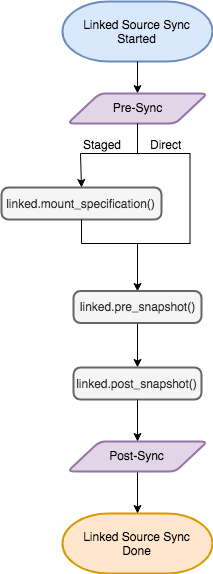
Earlier version of the draw.io export docs/References/images/LinkedSourceSync.png (delphix/virtualization-sdk). Source tidied: cells renumbered, new cells last; positions are measured from the earlier drawing's top-left corner, leaving out a move shared by most shapes. Its diagram source:
```xml
<mxGraphModel>
  <root>
    <mxCell id="0" />
    <mxCell id="1" parent="0" />
    <mxCell id="2" value="&lt;span&gt;Linked Source Sync&lt;br&gt;Started&lt;br&gt;&lt;/span&gt;" style="strokeWidth=2;html=1;shape=mxgraph.flowchart.terminator;whiteSpace=wrap;fillColor=#dae8fc;strokeColor=#6c8ebf;" parent="1" vertex="1">
      <mxGeometry x="61" width="150" height="60" as="geometry" />
    </mxCell>
    <mxCell id="3" value="Linked Source Sync&lt;br&gt;&lt;span&gt;Done&lt;br&gt;&lt;/span&gt;" style="strokeWidth=2;html=1;shape=mxgraph.flowchart.terminator;whiteSpace=wrap;fillColor=#ffe6cc;strokeColor=#d79b00;" parent="1" vertex="1">
      <mxGeometry x="61" y="512" width="150" height="60" as="geometry" />
    </mxCell>
    <mxCell id="4" style="endArrow=classic;html=1;entryX=0.5;entryY=0;entryDx=0;entryDy=0;entryPerimeter=0;exitX=0.5;exitY=1;exitDx=0;exitDy=0;" parent="1" edge="1" source="7" target="3">
      <mxGeometry relative="1" as="geometry" />
    </mxCell>
    <mxCell id="5" style="endArrow=classic;html=1;exitX=0.5;exitY=1;exitDx=0;exitDy=0;entryX=0.5;entryY=0;entryDx=0;entryDy=0;" parent="1" edge="1" source="14" target="12">
      <mxGeometry relative="1" as="geometry" />
    </mxCell>
    <mxCell id="6" style="endArrow=classic;html=1;entryX=0.5;entryY=0;entryDx=0;entryDy=0;exitX=0.5;exitY=1;exitDx=0;exitDy=0;exitPerimeter=0;" parent="1" edge="1" source="2" target="10">
      <mxGeometry relative="1" as="geometry" />
    </mxCell>
    <mxCell id="7" value="Post-Sync" style="verticalAlign=center;html=1;strokeWidth=2;shape=parallelogram;perimeter=parallelogramPerimeter;whiteSpace=wrap;rounded=1;arcSize=12;size=0.23;comic=0;fillColor=#e1d5e7;strokeColor=#9673a6;" parent="1" vertex="1">
      <mxGeometry x="66" y="440" width="140" height="30" as="geometry" />
    </mxCell>
    <mxCell id="8" value="linked.mount_specification()" style="rounded=1;whiteSpace=wrap;html=1;absoluteArcSize=1;arcSize=14;strokeWidth=2;fillColor=#f5f5f5;strokeColor=#666666;fontColor=#333333;" parent="1" vertex="1">
      <mxGeometry y="186" width="160" height="32" as="geometry" />
    </mxCell>
    <mxCell id="9" style="endArrow=classic;html=1;entryX=0.5;entryY=0;entryDx=0;entryDy=0;" parent="1" edge="1" target="14">
      <mxGeometry relative="1" as="geometry">
        <mxPoint x="136" y="242" as="sourcePoint" />
      </mxGeometry>
    </mxCell>
    <mxCell id="10" value="Pre-Sync" style="verticalAlign=center;html=1;strokeWidth=2;shape=parallelogram;perimeter=parallelogramPerimeter;whiteSpace=wrap;rounded=1;arcSize=12;size=0.23;comic=0;fillColor=#e1d5e7;strokeColor=#9673a6;" parent="1" vertex="1">
      <mxGeometry x="66" y="92" width="140" height="30" as="geometry" />
    </mxCell>
    <mxCell id="11" style="endArrow=classic;html=1;entryX=0.5;entryY=0;entryDx=0;entryDy=0;" parent="1" edge="1" target="8">
      <mxGeometry relative="1" as="geometry">
        <mxPoint x="79" y="152" as="sourcePoint" />
      </mxGeometry>
    </mxCell>
    <mxCell id="12" value="linked.post_snapshot()" style="rounded=1;whiteSpace=wrap;html=1;absoluteArcSize=1;arcSize=14;strokeWidth=2;fillColor=#f5f5f5;strokeColor=#666666;fontColor=#333333;" parent="1" vertex="1">
      <mxGeometry x="72" y="366" width="128" height="32" as="geometry" />
    </mxCell>
    <mxCell id="13" style="endArrow=classic;html=1;exitX=0.5;exitY=1;exitDx=0;exitDy=0;" parent="1" edge="1" source="12" target="7">
      <mxGeometry relative="1" as="geometry" />
    </mxCell>
    <mxCell id="14" value="linked.pre_snapshot()" style="rounded=1;whiteSpace=wrap;html=1;absoluteArcSize=1;arcSize=14;strokeWidth=2;fillColor=#f5f5f5;strokeColor=#666666;fontColor=#333333;" parent="1" vertex="1">
      <mxGeometry x="72" y="289.5" width="128" height="32" as="geometry" />
    </mxCell>
    <mxCell id="15" style="endArrow=none;html=1;strokeWidth=1;entryX=0.5;entryY=1;entryDx=0;entryDy=0;" parent="1" edge="1" target="10">
      <mxGeometry relative="1" as="geometry">
        <mxPoint x="136" y="152" as="sourcePoint" />
      </mxGeometry>
    </mxCell>
    <mxCell id="16" style="endArrow=none;html=1;strokeWidth=1;" parent="1" edge="1">
      <mxGeometry relative="1" as="geometry">
        <mxPoint x="79" y="152" as="sourcePoint" />
        <mxPoint x="136" y="152" as="targetPoint" />
      </mxGeometry>
    </mxCell>
    <mxCell id="17" style="endArrow=none;html=1;strokeWidth=1;entryX=0.5;entryY=1;entryDx=0;entryDy=0;" parent="1" edge="1" target="8">
      <mxGeometry relative="1" as="geometry">
        <mxPoint x="80" y="242" as="sourcePoint" />
      </mxGeometry>
    </mxCell>
    <mxCell id="18" style="endArrow=none;html=1;strokeWidth=1;" parent="1" edge="1">
      <mxGeometry relative="1" as="geometry">
        <mxPoint x="189" y="242" as="sourcePoint" />
        <mxPoint x="80" y="242" as="targetPoint" />
      </mxGeometry>
    </mxCell>
    <mxCell id="19" style="endArrow=none;html=1;strokeWidth=1;" parent="1" edge="1">
      <mxGeometry relative="1" as="geometry">
        <mxPoint x="136" y="152" as="sourcePoint" />
        <mxPoint x="189" y="152" as="targetPoint" />
      </mxGeometry>
    </mxCell>
    <mxCell id="20" style="endArrow=none;html=1;strokeWidth=1;" parent="1" edge="1">
      <mxGeometry relative="1" as="geometry">
        <mxPoint x="188.5" y="242" as="sourcePoint" />
        <mxPoint x="188.5" y="152" as="targetPoint" />
      </mxGeometry>
    </mxCell>
    <mxCell id="21" value="Staged" style="text;html=1;align=left;verticalAlign=top;spacingTop=-4;" parent="1" vertex="1">
      <mxGeometry x="80" y="134" width="50" height="20" as="geometry" />
    </mxCell>
    <mxCell id="22" value="Direct" style="text;html=1;points=[];align=left;verticalAlign=top;spacingTop=-4;" parent="1" vertex="1">
      <mxGeometry x="147" y="134" width="50" height="20" as="geometry" />
    </mxCell>
  </root>
</mxGraphModel>
```
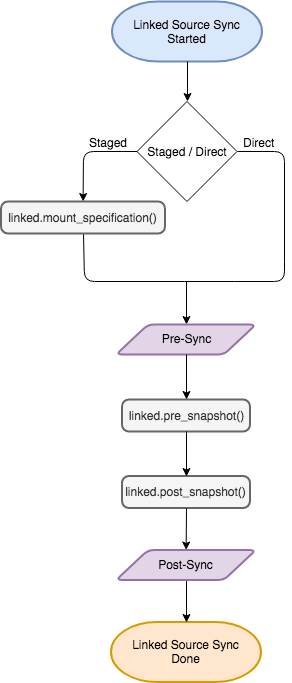
After the change.

The edit, as a diff of the source:
```diff
@@ -2,88 +2,96 @@
   <root>
     <mxCell id="0" />
     <mxCell id="1" parent="0" />
-    <mxCell id="2" value="&lt;span&gt;Linked Source Sync&lt;br&gt;Started&lt;br&gt;&lt;/span&gt;" style="strokeWidth=2;html=1;shape=mxgraph.flowchart.terminator;whiteSpace=wrap;fillColor=#dae8fc;strokeColor=#6c8ebf;" parent="1" vertex="1">
-      <mxGeometry x="61" width="150" height="60" as="geometry" />
+    <mxCell id="2" value="Staged / Direct" style="strokeWidth=1;html=1;shape=mxgraph.flowchart.decision;whiteSpace=wrap;" parent="1" vertex="1">
+      <mxGeometry x="-158.5" y="768" width="100" height="100" as="geometry" />
     </mxCell>
-    <mxCell id="3" value="Linked Source Sync&lt;br&gt;&lt;span&gt;Done&lt;br&gt;&lt;/span&gt;" style="strokeWidth=2;html=1;shape=mxgraph.flowchart.terminator;whiteSpace=wrap;fillColor=#ffe6cc;strokeColor=#d79b00;" parent="1" vertex="1">
-      <mxGeometry x="61" y="512" width="150" height="60" as="geometry" />
+    <mxCell id="3" value="&lt;span&gt;Linked Source Sync&lt;br&gt;Started&lt;br&gt;&lt;/span&gt;" style="strokeWidth=2;html=1;shape=mxgraph.flowchart.terminator;whiteSpace=wrap;fillColor=#dae8fc;strokeColor=#6c8ebf;" parent="1" vertex="1">
+      <mxGeometry x="-183.5" y="668" width="150" height="60" as="geometry" />
     </mxCell>
-    <mxCell id="4" style="endArrow=classic;html=1;entryX=0.5;entryY=0;entryDx=0;entryDy=0;entryPerimeter=0;exitX=0.5;exitY=1;exitDx=0;exitDy=0;" parent="1" edge="1" source="7" target="3">
+    <mxCell id="4" style="endArrow=classic;html=1;exitX=0.5;exitY=1;exitDx=0;exitDy=0;exitPerimeter=0;entryX=0.5;entryY=0;entryDx=0;entryDy=0;entryPerimeter=0;" parent="1" edge="1" source="3" target="2">
       <mxGeometry relative="1" as="geometry" />
     </mxCell>
-    <mxCell id="5" style="endArrow=classic;html=1;exitX=0.5;exitY=1;exitDx=0;exitDy=0;entryX=0.5;entryY=0;entryDx=0;entryDy=0;" parent="1" edge="1" source="14" target="12">
-      <mxGeometry relative="1" as="geometry" />
+    <mxCell id="5" value="Staged" style="text;html=1;align=left;verticalAlign=top;spacingTop=-4;" parent="1" vertex="1">
+      <mxGeometry x="-208.5" y="800" width="50" height="20" as="geometry" />
     </mxCell>
-    <mxCell id="6" style="endArrow=classic;html=1;entryX=0.5;entryY=0;entryDx=0;entryDy=0;exitX=0.5;exitY=1;exitDx=0;exitDy=0;exitPerimeter=0;" parent="1" edge="1" source="2" target="10">
-      <mxGeometry relative="1" as="geometry" />
+    <mxCell id="6" value="Direct" style="text;html=1;align=left;verticalAlign=top;spacingTop=-4;" parent="1" vertex="1">
+      <mxGeometry x="-54" y="800" width="50" height="20" as="geometry" />
     </mxCell>
-    <mxCell id="7" value="Post-Sync" style="verticalAlign=center;html=1;strokeWidth=2;shape=parallelogram;perimeter=parallelogramPerimeter;whiteSpace=wrap;rounded=1;arcSize=12;size=0.23;comic=0;fillColor=#e1d5e7;strokeColor=#9673a6;" parent="1" vertex="1">
-      <mxGeometry x="66" y="440" width="140" height="30" as="geometry" />
+    <mxCell id="7" style="endArrow=classic;html=1;entryX=0.5;entryY=0;entryDx=0;entryDy=0;" parent="1" edge="1" target="22">
+      <mxGeometry relative="1" as="geometry">
+        <mxPoint x="-109" y="948" as="sourcePoint" />
+      </mxGeometry>
     </mxCell>
-    <mxCell id="8" value="linked.mount_specification()" style="rounded=1;whiteSpace=wrap;html=1;absoluteArcSize=1;arcSize=14;strokeWidth=2;fillColor=#f5f5f5;strokeColor=#666666;fontColor=#333333;" parent="1" vertex="1">
-      <mxGeometry y="186" width="160" height="32" as="geometry" />
+    <mxCell id="8" style="endArrow=classic;html=1;exitX=0;exitY=0.5;exitDx=0;exitDy=0;exitPerimeter=0;" parent="1" edge="1" source="2" target="13">
+      <mxGeometry relative="1" as="geometry">
+        <Array as="points">
+          <mxPoint x="-212" y="818" />
+        </Array>
+      </mxGeometry>
     </mxCell>
-    <mxCell id="9" style="endArrow=classic;html=1;entryX=0.5;entryY=0;entryDx=0;entryDy=0;" parent="1" edge="1" target="14">
+    <mxCell id="9" style="endArrow=none;html=1;exitX=1;exitY=0.5;exitDx=0;exitDy=0;exitPerimeter=0;endFill=0;" parent="1" edge="1" source="2">
       <mxGeometry relative="1" as="geometry">
-        <mxPoint x="136" y="242" as="sourcePoint" />
+        <mxPoint x="-11" y="928" as="targetPoint" />
+        <Array as="points">
+          <mxPoint x="-11" y="818" />
+        </Array>
       </mxGeometry>
     </mxCell>
-    <mxCell id="10" value="Pre-Sync" style="verticalAlign=center;html=1;strokeWidth=2;shape=parallelogram;perimeter=parallelogramPerimeter;whiteSpace=wrap;rounded=1;arcSize=12;size=0.23;comic=0;fillColor=#e1d5e7;strokeColor=#9673a6;" parent="1" vertex="1">
-      <mxGeometry x="66" y="92" width="140" height="30" as="geometry" />
+    <mxCell id="10" style="endArrow=none;html=1;exitX=0.5;exitY=1;exitDx=0;exitDy=0;endFill=0;" parent="1" edge="1" source="13">
+      <mxGeometry relative="1" as="geometry">
+        <mxPoint x="-111" y="948" as="targetPoint" />
+        <Array as="points">
+          <mxPoint x="-211" y="948" />
+        </Array>
+      </mxGeometry>
     </mxCell>
-    <mxCell id="11" style="endArrow=classic;html=1;entryX=0.5;entryY=0;entryDx=0;entryDy=0;" parent="1" edge="1" target="8">
+    <mxCell id="11" style="endArrow=none;html=1;endFill=0;" parent="1" edge="1">
       <mxGeometry relative="1" as="geometry">
-        <mxPoint x="79" y="152" as="sourcePoint" />
+        <mxPoint x="-111" y="948" as="sourcePoint" />
+        <mxPoint x="-61" y="948" as="targetPoint" />
       </mxGeometry>
     </mxCell>
-    <mxCell id="12" value="linked.post_snapshot()" style="rounded=1;whiteSpace=wrap;html=1;absoluteArcSize=1;arcSize=14;strokeWidth=2;fillColor=#f5f5f5;strokeColor=#666666;fontColor=#333333;" parent="1" vertex="1">
-      <mxGeometry x="72" y="366" width="128" height="32" as="geometry" />
+    <mxCell id="12" style="endArrow=none;html=1;endFill=0;" parent="1" edge="1">
+      <mxGeometry relative="1" as="geometry">
+        <mxPoint x="-11" y="928" as="sourcePoint" />
+        <mxPoint x="-61" y="948" as="targetPoint" />
+        <Array as="points">
+          <mxPoint x="-11" y="948" />
+        </Array>
+      </mxGeometry>
     </mxCell>
-    <mxCell id="13" style="endArrow=classic;html=1;exitX=0.5;exitY=1;exitDx=0;exitDy=0;" parent="1" edge="1" source="12" target="7">
-      <mxGeometry relative="1" as="geometry" />
+    <mxCell id="13" value="linked.mount_specification()" style="rounded=1;whiteSpace=wrap;html=1;absoluteArcSize=1;arcSize=14;strokeWidth=2;fillColor=#f5f5f5;strokeColor=#666666;fontColor=#333333;" parent="1" vertex="1">
+      <mxGeometry x="-294.5" y="868" width="164" height="32" as="geometry" />
     </mxCell>
-    <mxCell id="14" value="linked.pre_snapshot()" style="rounded=1;whiteSpace=wrap;html=1;absoluteArcSize=1;arcSize=14;strokeWidth=2;fillColor=#f5f5f5;strokeColor=#666666;fontColor=#333333;" parent="1" vertex="1">
-      <mxGeometry x="72" y="289.5" width="128" height="32" as="geometry" />
+    <mxCell id="14" style="group;" parent="1" vertex="1">
+      <mxGeometry x="-184.5" y="1066" width="150" height="282.5" as="geometry" />
     </mxCell>
-    <mxCell id="15" style="endArrow=none;html=1;strokeWidth=1;entryX=0.5;entryY=1;entryDx=0;entryDy=0;" parent="1" edge="1" target="10">
-      <mxGeometry relative="1" as="geometry">
-        <mxPoint x="136" y="152" as="sourcePoint" />
-      </mxGeometry>
+    <mxCell id="15" value="Linked Source Sync&lt;br&gt;&lt;span&gt;Done&lt;br&gt;&lt;/span&gt;" style="strokeWidth=2;html=1;shape=mxgraph.flowchart.terminator;whiteSpace=wrap;fillColor=#ffe6cc;strokeColor=#d79b00;" parent="14" vertex="1">
+      <mxGeometry y="222.5" width="150" height="60" as="geometry" />
     </mxCell>
-    <mxCell id="16" style="endArrow=none;html=1;strokeWidth=1;" parent="1" edge="1">
-      <mxGeometry relative="1" as="geometry">
-        <mxPoint x="79" y="152" as="sourcePoint" />
-        <mxPoint x="136" y="152" as="targetPoint" />
-      </mxGeometry>
+    <mxCell id="16" style="endArrow=classic;html=1;entryX=0.5;entryY=0;entryDx=0;entryDy=0;entryPerimeter=0;exitX=0.5;exitY=1;exitDx=0;exitDy=0;" parent="14" edge="1" source="17" target="15">
+      <mxGeometry relative="1" as="geometry" />
     </mxCell>
-    <mxCell id="17" style="endArrow=none;html=1;strokeWidth=1;entryX=0.5;entryY=1;entryDx=0;entryDy=0;" parent="1" edge="1" target="8">
-      <mxGeometry relative="1" as="geometry">
-        <mxPoint x="80" y="242" as="sourcePoint" />
-      </mxGeometry>
+    <mxCell id="17" value="Post-Sync" style="verticalAlign=center;html=1;strokeWidth=2;shape=parallelogram;perimeter=parallelogramPerimeter;whiteSpace=wrap;rounded=1;arcSize=12;size=0.23;comic=0;fillColor=#e1d5e7;strokeColor=#9673a6;" parent="14" vertex="1">
+      <mxGeometry x="5" y="150.5" width="140" height="30" as="geometry" />
     </mxCell>
-    <mxCell id="18" style="endArrow=none;html=1;strokeWidth=1;" parent="1" edge="1">
-      <mxGeometry relative="1" as="geometry">
-        <mxPoint x="189" y="242" as="sourcePoint" />
-        <mxPoint x="80" y="242" as="targetPoint" />
-      </mxGeometry>
+    <mxCell id="18" value="linked.post_snapshot()" style="rounded=1;whiteSpace=wrap;html=1;absoluteArcSize=1;arcSize=14;strokeWidth=2;fillColor=#f5f5f5;strokeColor=#666666;fontColor=#333333;" parent="14" vertex="1">
+      <mxGeometry x="11" y="76.5" width="128" height="32" as="geometry" />
     </mxCell>
-    <mxCell id="19" style="endArrow=none;html=1;strokeWidth=1;" parent="1" edge="1">
-      <mxGeometry relative="1" as="geometry">
-        <mxPoint x="136" y="152" as="sourcePoint" />
-        <mxPoint x="189" y="152" as="targetPoint" />
-      </mxGeometry>
+    <mxCell id="19" style="endArrow=classic;html=1;exitX=0.5;exitY=1;exitDx=0;exitDy=0;" parent="14" edge="1" source="18" target="17">
+      <mxGeometry relative="1" as="geometry" />
     </mxCell>
-    <mxCell id="20" style="endArrow=none;html=1;strokeWidth=1;" parent="1" edge="1">
-      <mxGeometry relative="1" as="geometry">
-        <mxPoint x="188.5" y="242" as="sourcePoint" />
-        <mxPoint x="188.5" y="152" as="targetPoint" />
-      </mxGeometry>
+    <mxCell id="20" value="linked.pre_snapshot()" style="rounded=1;whiteSpace=wrap;html=1;absoluteArcSize=1;arcSize=14;strokeWidth=2;fillColor=#f5f5f5;strokeColor=#666666;fontColor=#333333;" parent="14" vertex="1">
+      <mxGeometry x="11" width="128" height="32" as="geometry" />
     </mxCell>
-    <mxCell id="21" value="Staged" style="text;html=1;align=left;verticalAlign=top;spacingTop=-4;" parent="1" vertex="1">
-      <mxGeometry x="80" y="134" width="50" height="20" as="geometry" />
+    <mxCell id="21" style="endArrow=classic;html=1;exitX=0.5;exitY=1;exitDx=0;exitDy=0;entryX=0.5;entryY=0;entryDx=0;entryDy=0;" parent="14" edge="1" source="20" target="18">
+      <mxGeometry relative="1" as="geometry" />
     </mxCell>
-    <mxCell id="22" value="Direct" style="text;html=1;points=[];align=left;verticalAlign=top;spacingTop=-4;" parent="1" vertex="1">
-      <mxGeometry x="147" y="134" width="50" height="20" as="geometry" />
+    <mxCell id="22" value="Pre-Sync" style="verticalAlign=center;html=1;strokeWidth=2;shape=parallelogram;perimeter=parallelogramPerimeter;whiteSpace=wrap;rounded=1;arcSize=12;size=0.23;comic=0;fillColor=#e1d5e7;strokeColor=#9673a6;" parent="1" vertex="1">
+      <mxGeometry x="-179.5" y="991" width="140" height="30" as="geometry" />
     </mxCell>
+    <mxCell id="23" style="endArrow=classic;html=1;entryX=0.5;entryY=0;entryDx=0;entryDy=0;exitX=0.5;exitY=1;exitDx=0;exitDy=0;" parent="1" edge="1" source="22" target="20">
+      <mxGeometry relative="1" as="geometry" />
+    </mxCell>
   </root>
 </mxGraphModel>
```
